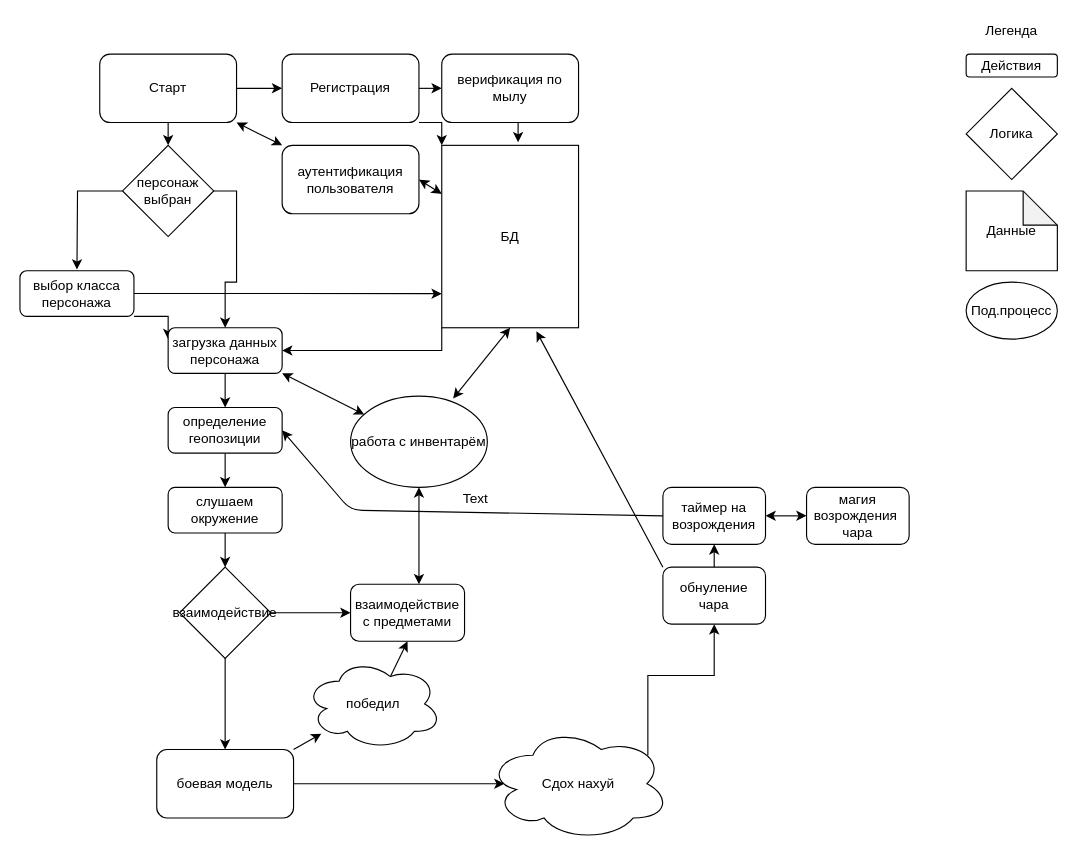
PhoenixVRN/Mafia keeps this draw.io diagram as page "Page-5" (5 of 7) of Architecture.drawio. Above is the earlier version. Source tidied: cells renumbered, new cells numbered last; positions are measured from the earlier drawing's top-left corner, leaving out a move shared by most shapes. Both pictures are drawn from the tidied source at 114%, with x=0, y=0 at pixel (19, 19).
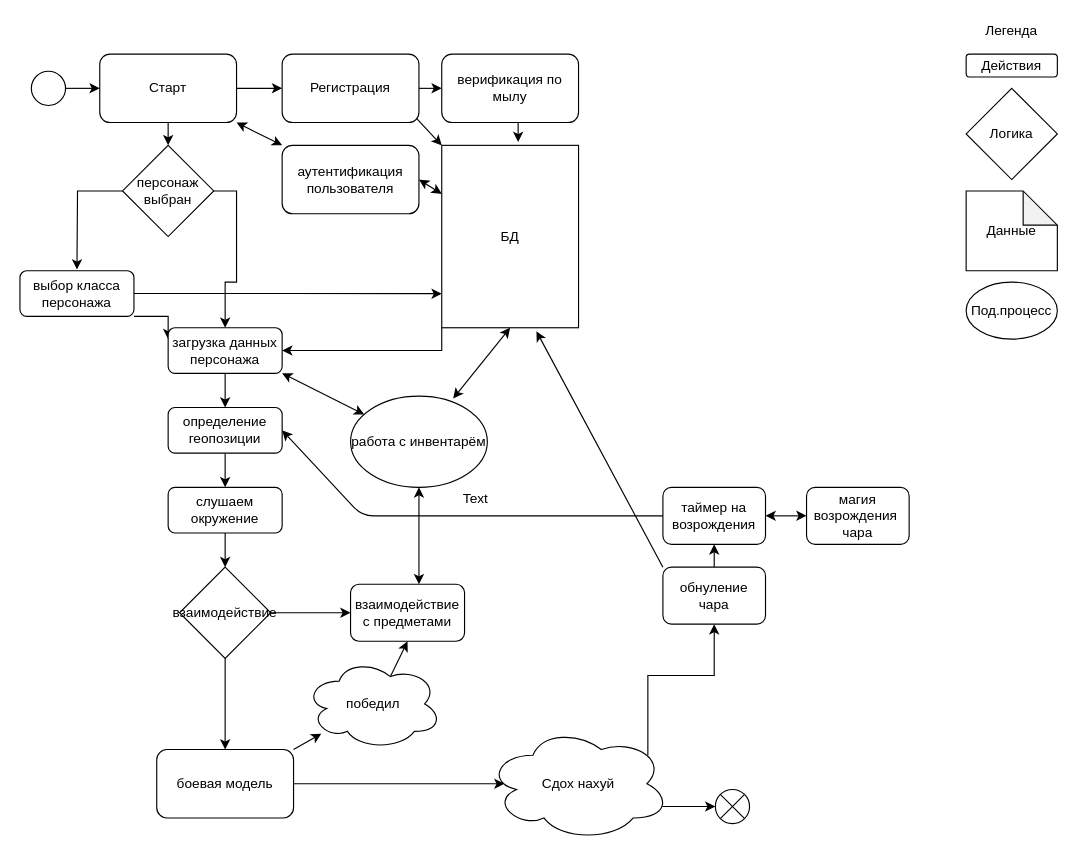
Above is the later version.

The change refers to these unchanged cells:
```xml
<mxCell id="4" value="Старт" style="rounded=1;whiteSpace=wrap;html=1;" parent="1" vertex="1">
  <mxGeometry x="70" y="30" width="120" height="60" as="geometry" />
</mxCell>
<mxCell id="7" value="Регистрация" style="rounded=1;whiteSpace=wrap;html=1;" parent="1" vertex="1">
  <mxGeometry x="230" y="30" width="120" height="60" as="geometry" />
</mxCell>
<mxCell id="10" value="верификация по мылу" style="rounded=1;whiteSpace=wrap;html=1;" parent="1" vertex="1">
  <mxGeometry x="370" y="30" width="120" height="60" as="geometry" />
</mxCell>
<mxCell id="12" value="БД" style="rounded=0;whiteSpace=wrap;html=1;" parent="1" vertex="1">
  <mxGeometry x="370" y="110" width="120" height="160" as="geometry" />
</mxCell>
<mxCell id="24" value="определение геопозиции" style="rounded=1;whiteSpace=wrap;html=1;" parent="1" vertex="1">
  <mxGeometry x="130" y="340" width="100" height="40" as="geometry" />
</mxCell>
<mxCell id="38" value="Сдох нахуй" style="ellipse;shape=cloud;whiteSpace=wrap;html=1;" parent="1" vertex="1">
  <mxGeometry x="410" y="620" width="160" height="100" as="geometry" />
</mxCell>
<mxCell id="41" value="таймер на возрождения" style="rounded=1;whiteSpace=wrap;html=1;" parent="1" vertex="1">
  <mxGeometry x="564" y="410" width="90" height="50" as="geometry" />
</mxCell>
```

Change to the diagram source:
```diff
@@
-    <mxCell id="6" style="edgeStyle=orthogonalEdgeStyle;rounded=0;jettySize=auto;html=1;exitX=1;exitY=1;exitDx=0;exitDy=0;entryX=0;entryY=0;entryDx=0;entryDy=0;" parent="1" edge="1" source="7" target="12">
+    <mxCell id="6" style="rounded=0;jettySize=auto;html=1;entryX=0;entryY=0;entryDx=0;entryDy=0;exitX=0.982;exitY=0.94;exitDx=0;exitDy=0;exitPerimeter=0;" parent="1" edge="1" source="7" target="12">
       <mxGeometry relative="1" as="geometry" />
     </mxCell>
@@
-    <mxCell id="9" style="edgeStyle=orthogonalEdgeStyle;rounded=0;jettySize=auto;html=1;exitX=0.5;exitY=1;exitDx=0;exitDy=0;entryX=0.558;entryY=-0.017;entryDx=0;entryDy=0;entryPerimeter=0;" parent="1" edge="1" source="10" target="12">
-      <mxGeometry relative="1" as="geometry" />
+    <mxCell id="9" style="edgeStyle=orthogonalEdgeStyle;rounded=0;jettySize=auto;html=1;exitX=0.5;exitY=1;exitDx=0;exitDy=0;" parent="1" edge="1" source="10">
+      <mxGeometry relative="1" as="geometry">
+        <mxPoint x="437" y="107" as="targetPoint" />
+      </mxGeometry>
     </mxCell>
@@
+    <mxCell id="55" style="edgeStyle=orthogonalEdgeStyle;rounded=0;jettySize=auto;html=1;exitX=0.96;exitY=0.7;exitDx=0;exitDy=0;exitPerimeter=0;" parent="1" edge="1" source="38" target="58">
+      <mxGeometry relative="1" as="geometry" />
+    </mxCell>
@@
     <mxCell id="43" style="endArrow=classic;html=1;exitX=0;exitY=0.5;exitDx=0;exitDy=0;entryX=1;entryY=0.5;entryDx=0;entryDy=0;" parent="1" edge="1" source="41" target="24">
       <mxGeometry relative="1" as="geometry">
         <Array as="points">
-          <mxPoint x="290" y="430" />
+          <mxPoint x="300" y="435" />
         </Array>
       </mxGeometry>
     </mxCell>
@@
+    <mxCell id="56" style="edgeStyle=orthogonalEdgeStyle;rounded=0;jettySize=auto;html=1;exitX=1;exitY=0.5;exitDx=0;exitDy=0;entryX=0;entryY=0.5;entryDx=0;entryDy=0;" parent="1" edge="1" source="57" target="4">
+      <mxGeometry relative="1" as="geometry" />
+    </mxCell>
+    <mxCell id="57" style="ellipse;fillColor=#ffffff;strokeColor=#000000;" parent="1" vertex="1">
+      <mxGeometry x="10" y="45" width="30" height="30" as="geometry" />
+    </mxCell>
+    <mxCell id="58" style="shape=sumEllipse;perimeter=ellipsePerimeter;whiteSpace=wrap;html=1;backgroundOutline=1;" parent="1" vertex="1">
+      <mxGeometry x="610" y="675" width="30" height="30" as="geometry" />
+    </mxCell>
```
